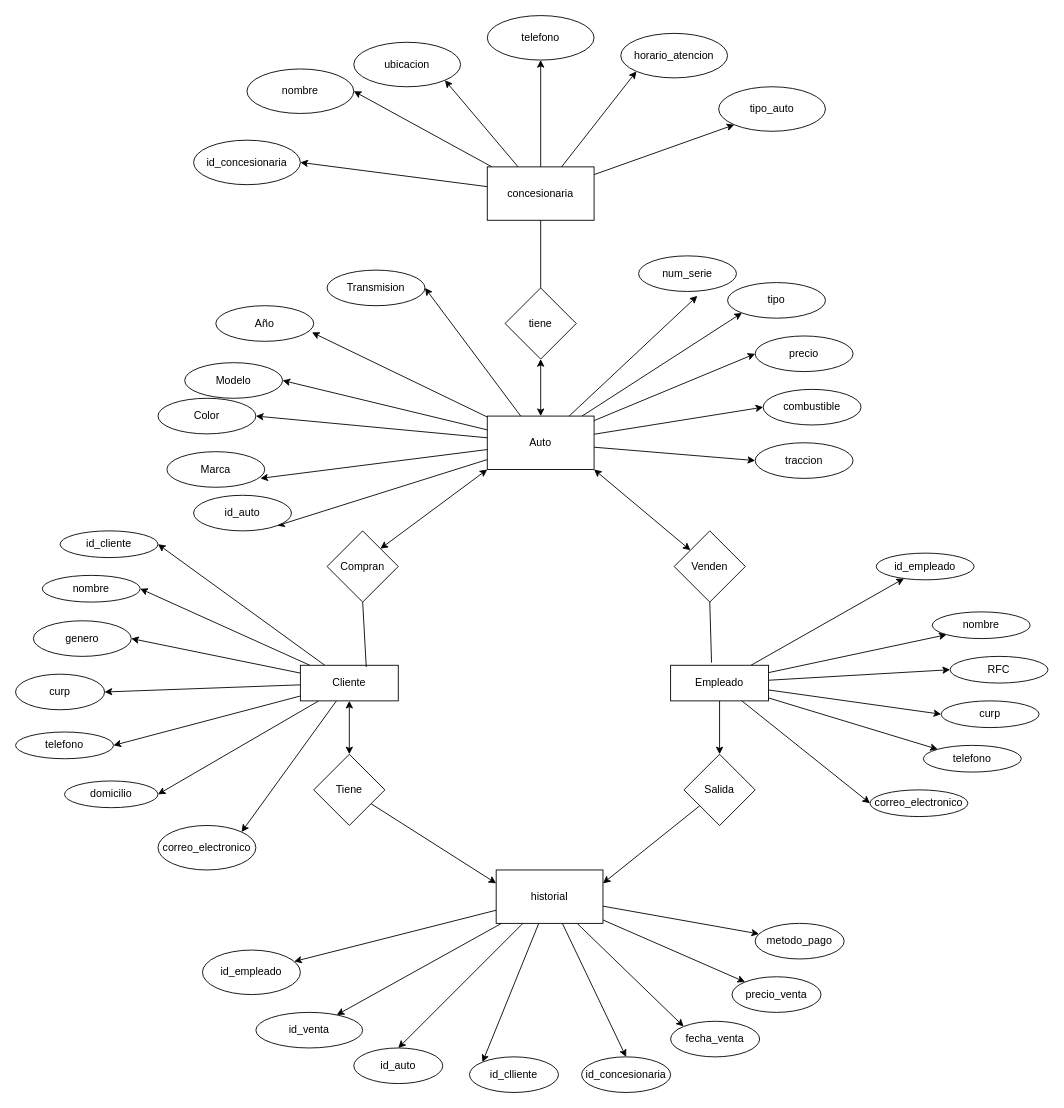
The draw.io diagram page "Página-1" (1 of 2) of diagrama/consencionaria.drawio in GerardoNR/fbd-gerardo-reyes, before the edit. Source tidied: cells renumbered, new cells numbered last; positions are measured from the earlier drawing's top-left corner, leaving out a move shared by most shapes. Both pictures are drawn from the tidied source at 89%, with x=0, y=0 at pixel (15, 15).
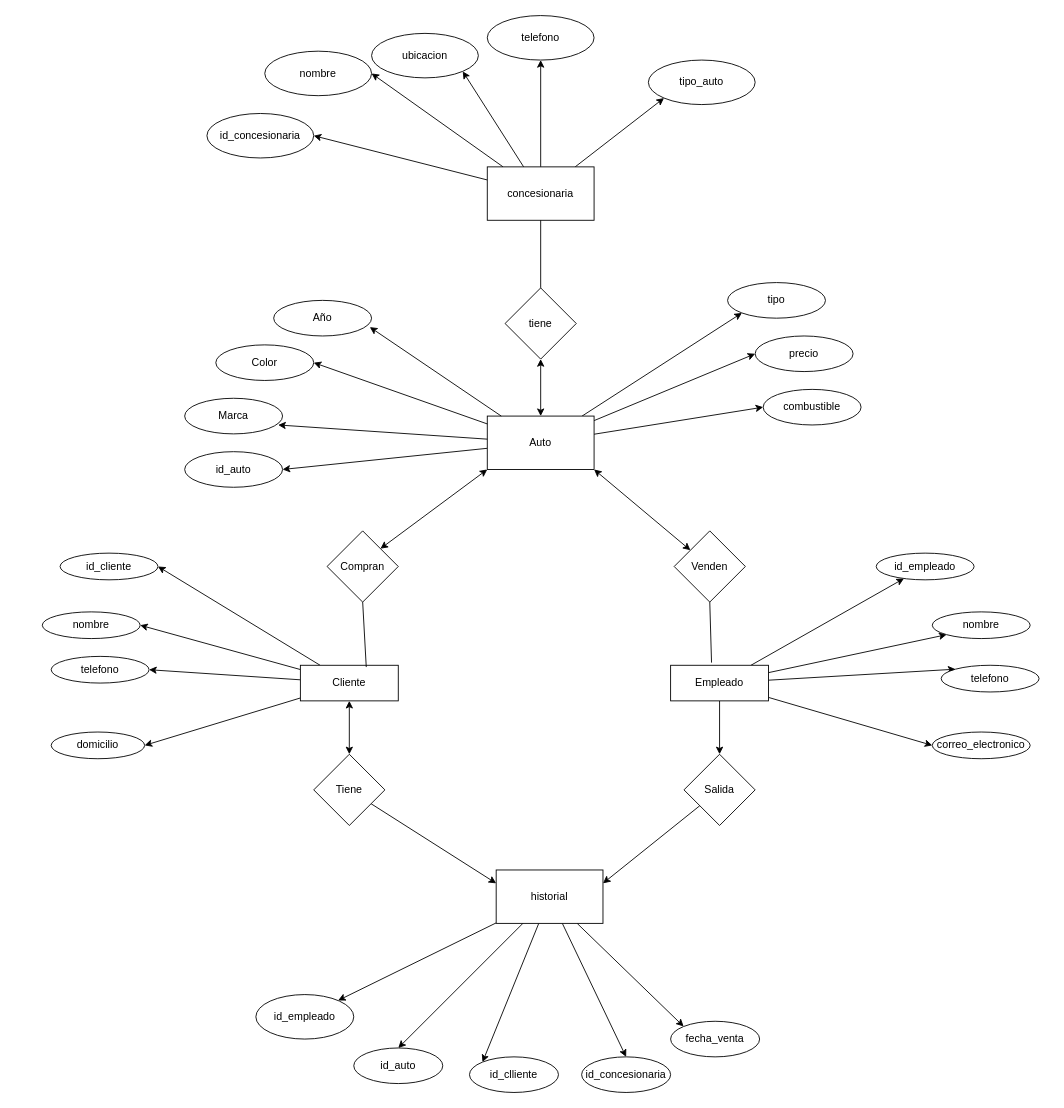
The same diagram, later.

The change refers to these unchanged cells:
```xml
<mxCell id="8" value="Auto" style="rounded=0;whiteSpace=wrap;html=1;" parent="1" vertex="1">
  <mxGeometry x="530" y="450" width="120" height="60" as="geometry" />
</mxCell>
<mxCell id="32" value="Cliente" style="rounded=0;whiteSpace=wrap;html=1;" parent="1" vertex="1">
  <mxGeometry x="320" y="730" width="110" height="40" as="geometry" />
</mxCell>
<mxCell id="40" value="Empleado" style="rounded=0;whiteSpace=wrap;html=1;" parent="1" vertex="1">
  <mxGeometry x="736" y="730" width="110" height="40" as="geometry" />
</mxCell>
<mxCell id="52" value="historial" style="rounded=0;whiteSpace=wrap;html=1;" parent="1" vertex="1">
  <mxGeometry x="540" y="960" width="120" height="60" as="geometry" />
</mxCell>
<mxCell id="74" value="concesionaria" style="rounded=0;whiteSpace=wrap;html=1;" parent="1" vertex="1">
  <mxGeometry x="530" y="170" width="120" height="60" as="geometry" />
</mxCell>
```

The edit, as a diff of the source:
```diff
@@
-    <mxCell id="2" style="edgeStyle=none;rounded=0;jettySize=auto;html=1;entryX=1;entryY=1;entryDx=0;entryDy=0;" parent="1" edge="1" source="8" target="11">
+    <mxCell id="2" style="edgeStyle=none;rounded=0;jettySize=auto;html=1;entryX=1;entryY=0.5;entryDx=0;entryDy=0;" parent="1" edge="1" source="8" target="11">
       <mxGeometry relative="1" as="geometry" />
     </mxCell>
-    <mxCell id="3" style="edgeStyle=none;rounded=0;jettySize=auto;html=1;entryX=1;entryY=0.5;entryDx=0;entryDy=0;" parent="1" edge="1" source="8" target="22">
-      <mxGeometry relative="1" as="geometry" />
-    </mxCell>
-    <mxCell id="4" style="rounded=0;jettySize=auto;html=1;entryX=0;entryY=0.5;entryDx=0;entryDy=0;" parent="1" edge="1" source="8" target="87">
-      <mxGeometry relative="1" as="geometry" />
-    </mxCell>
@@
     <mxCell id="9" value="Marca" style="ellipse;whiteSpace=wrap;html=1;" parent="1" vertex="1">
-      <mxGeometry x="170" y="490" width="110" height="40" as="geometry" />
+      <mxGeometry x="190" y="430" width="110" height="40" as="geometry" />
     </mxCell>
     <mxCell id="10" value="Año" style="ellipse;whiteSpace=wrap;html=1;" parent="1" vertex="1">
-      <mxGeometry x="225" y="326" width="110" height="40" as="geometry" />
+      <mxGeometry x="290" y="320" width="110" height="40" as="geometry" />
     </mxCell>
     <mxCell id="11" value="id_auto" style="ellipse;whiteSpace=wrap;html=1;" parent="1" vertex="1">
-      <mxGeometry x="200" y="539" width="110" height="40" as="geometry" />
+      <mxGeometry x="190" y="490" width="110" height="40" as="geometry" />
     </mxCell>
-    <mxCell id="12" value="Modelo" style="ellipse;whiteSpace=wrap;html=1;" parent="1" vertex="1">
-      <mxGeometry x="190" y="390" width="110" height="40" as="geometry" />
-    </mxCell>
-    <mxCell id="13" value="num_serie" style="ellipse;whiteSpace=wrap;html=1;" parent="1" vertex="1">
-      <mxGeometry x="700" y="270" width="110" height="40" as="geometry" />
-    </mxCell>
     <mxCell id="14" value="Color" style="ellipse;whiteSpace=wrap;html=1;" parent="1" vertex="1">
-      <mxGeometry x="160" y="430" width="110" height="40" as="geometry" />
+      <mxGeometry x="225" y="370" width="110" height="40" as="geometry" />
     </mxCell>
@@
-    <mxCell id="19" style="edgeStyle=none;rounded=0;jettySize=auto;html=1;entryX=0.6;entryY=1.125;entryDx=0;entryDy=0;entryPerimeter=0;" parent="1" edge="1" source="8" target="13">
-      <mxGeometry relative="1" as="geometry" />
-    </mxCell>
-    <mxCell id="20" style="edgeStyle=none;rounded=0;jettySize=auto;html=1;entryX=1;entryY=0.5;entryDx=0;entryDy=0;" parent="1" edge="1" source="8" target="12">
-      <mxGeometry relative="1" as="geometry" />
-    </mxCell>
@@
-    <mxCell id="22" value="Transmision" style="ellipse;whiteSpace=wrap;html=1;" parent="1" vertex="1">
-      <mxGeometry x="350" y="286" width="110" height="40" as="geometry" />
-    </mxCell>
@@
-    <mxCell id="29" style="rounded=0;jettySize=auto;html=1;entryX=1;entryY=0.5;entryDx=0;entryDy=0;" parent="1" edge="1" source="32" target="77">
-      <mxGeometry relative="1" as="geometry" />
-    </mxCell>
-    <mxCell id="30" style="rounded=0;jettySize=auto;html=1;entryX=1;entryY=0.5;entryDx=0;entryDy=0;" parent="1" edge="1" source="32" target="78">
-      <mxGeometry relative="1" as="geometry" />
-    </mxCell>
-    <mxCell id="31" style="rounded=0;jettySize=auto;html=1;entryX=1;entryY=0;entryDx=0;entryDy=0;" parent="1" edge="1" source="32" target="79">
-      <mxGeometry relative="1" as="geometry" />
-    </mxCell>
@@
-    <mxCell id="37" style="rounded=0;jettySize=auto;html=1;entryX=0;entryY=0.5;entryDx=0;entryDy=0;" parent="1" edge="1" source="40" target="81">
-      <mxGeometry relative="1" as="geometry" />
-    </mxCell>
-    <mxCell id="38" style="rounded=0;jettySize=auto;html=1;entryX=0;entryY=0.5;entryDx=0;entryDy=0;" parent="1" edge="1" source="40" target="82">
-      <mxGeometry relative="1" as="geometry" />
-    </mxCell>
@@
-    <mxCell id="45" style="edgeStyle=none;rounded=0;jettySize=auto;html=1;" parent="1" edge="1" source="52" target="54">
-      <mxGeometry relative="1" as="geometry" />
-    </mxCell>
@@
-    <mxCell id="50" style="rounded=0;jettySize=auto;html=1;entryX=0;entryY=0;entryDx=0;entryDy=0;" parent="1" edge="1" source="52" target="98">
-      <mxGeometry relative="1" as="geometry" />
-    </mxCell>
-    <mxCell id="51" style="rounded=0;jettySize=auto;html=1;" parent="1" edge="1" source="52" target="99">
-      <mxGeometry relative="1" as="geometry" />
-    </mxCell>
@@
     <mxCell id="53" value="id_empleado" style="ellipse;whiteSpace=wrap;html=1;" parent="1" vertex="1">
-      <mxGeometry x="210" y="1050" width="110" height="50" as="geometry" />
+      <mxGeometry x="270" y="1100" width="110" height="50" as="geometry" />
     </mxCell>
-    <mxCell id="54" value="id_venta" style="ellipse;whiteSpace=wrap;html=1;" parent="1" vertex="1">
-      <mxGeometry x="270" y="1120" width="120" height="40" as="geometry" />
-    </mxCell>
@@
     <mxCell id="60" value="telefono" style="ellipse;whiteSpace=wrap;html=1;" parent="1" vertex="1">
-      <mxGeometry y="805" width="110" height="30" as="geometry" />
+      <mxGeometry x="40" y="720" width="110" height="30" as="geometry" />
     </mxCell>
     <mxCell id="61" value="nombre" style="ellipse;whiteSpace=wrap;html=1;" parent="1" vertex="1">
-      <mxGeometry x="30" y="629" width="110" height="30" as="geometry" />
+      <mxGeometry x="30" y="670" width="110" height="30" as="geometry" />
     </mxCell>
     <mxCell id="62" value="id_cliente" style="ellipse;whiteSpace=wrap;html=1;" parent="1" vertex="1">
-      <mxGeometry x="50" y="579" width="110" height="30" as="geometry" />
+      <mxGeometry x="50" y="604" width="110" height="30" as="geometry" />
     </mxCell>
     <mxCell id="63" value="domicilio" style="ellipse;whiteSpace=wrap;html=1;" parent="1" vertex="1">
-      <mxGeometry x="55" y="860" width="105" height="30" as="geometry" />
+      <mxGeometry x="40" y="805" width="105" height="30" as="geometry" />
     </mxCell>
@@
     <mxCell id="67" value="telefono" style="ellipse;whiteSpace=wrap;html=1;" parent="1" vertex="1">
-      <mxGeometry x="1020" y="820" width="110" height="30" as="geometry" />
+      <mxGeometry x="1040" y="730" width="110" height="30" as="geometry" />
     </mxCell>
@@
-    <mxCell id="72" style="rounded=0;jettySize=auto;html=1;entryX=0;entryY=1;entryDx=0;entryDy=0;" parent="1" edge="1" source="74" target="94">
-      <mxGeometry relative="1" as="geometry" />
-    </mxCell>
@@
-    <mxCell id="77" value="genero" style="ellipse;whiteSpace=wrap;html=1;" parent="1" vertex="1">
-      <mxGeometry x="20" y="680" width="110" height="40" as="geometry" />
-    </mxCell>
-    <mxCell id="78" value="curp" style="ellipse;whiteSpace=wrap;html=1;" parent="1" vertex="1">
-      <mxGeometry y="740" width="100" height="40" as="geometry" />
-    </mxCell>
-    <mxCell id="79" value="correo_electronico" style="ellipse;whiteSpace=wrap;html=1;" parent="1" vertex="1">
-      <mxGeometry x="160" y="910" width="110" height="50" as="geometry" />
-    </mxCell>
@@
-    <mxCell id="81" value="RFC" style="ellipse;whiteSpace=wrap;html=1;" parent="1" vertex="1">
-      <mxGeometry x="1050" y="720" width="110" height="30" as="geometry" />
-    </mxCell>
-    <mxCell id="82" value="curp" style="ellipse;whiteSpace=wrap;html=1;" parent="1" vertex="1">
-      <mxGeometry x="1040" y="770" width="110" height="30" as="geometry" />
-    </mxCell>
     <mxCell id="83" value="correo_electronico" style="ellipse;whiteSpace=wrap;html=1;" parent="1" vertex="1">
-      <mxGeometry x="960" y="870" width="110" height="30" as="geometry" />
+      <mxGeometry x="1030" y="805" width="110" height="30" as="geometry" />
     </mxCell>
@@
-    <mxCell id="87" value="traccion" style="ellipse;whiteSpace=wrap;html=1;" parent="1" vertex="1">
-      <mxGeometry x="831" y="480" width="110" height="40" as="geometry" />
-    </mxCell>
@@
     <mxCell id="90" value="id_concesionaria" style="ellipse;whiteSpace=wrap;html=1;" parent="1" vertex="1">
-      <mxGeometry x="200" y="140" width="120" height="50" as="geometry" />
+      <mxGeometry x="215" y="110" width="120" height="50" as="geometry" />
     </mxCell>
     <mxCell id="91" value="nombre" style="ellipse;whiteSpace=wrap;html=1;" parent="1" vertex="1">
-      <mxGeometry x="260" y="60" width="120" height="50" as="geometry" />
+      <mxGeometry x="280" y="40" width="120" height="50" as="geometry" />
     </mxCell>
     <mxCell id="92" value="ubicacion" style="ellipse;whiteSpace=wrap;html=1;" parent="1" vertex="1">
-      <mxGeometry x="380" y="30" width="120" height="50" as="geometry" />
+      <mxGeometry x="400" y="20" width="120" height="50" as="geometry" />
     </mxCell>
@@
-    <mxCell id="94" value="horario_atencion" style="ellipse;whiteSpace=wrap;html=1;" parent="1" vertex="1">
-      <mxGeometry x="680" y="20" width="120" height="50" as="geometry" />
-    </mxCell>
     <mxCell id="95" value="tipo_auto" style="ellipse;whiteSpace=wrap;html=1;" parent="1" vertex="1">
-      <mxGeometry x="790" y="80" width="120" height="50" as="geometry" />
+      <mxGeometry x="711" y="50" width="120" height="50" as="geometry" />
     </mxCell>
@@
-    <mxCell id="98" value="precio_venta" style="ellipse;whiteSpace=wrap;html=1;" parent="1" vertex="1">
-      <mxGeometry x="805" y="1080" width="100" height="40" as="geometry" />
-    </mxCell>
-    <mxCell id="99" value="metodo_pago" style="ellipse;whiteSpace=wrap;html=1;" parent="1" vertex="1">
-      <mxGeometry x="831" y="1020" width="100" height="40" as="geometry" />
-    </mxCell>
```
